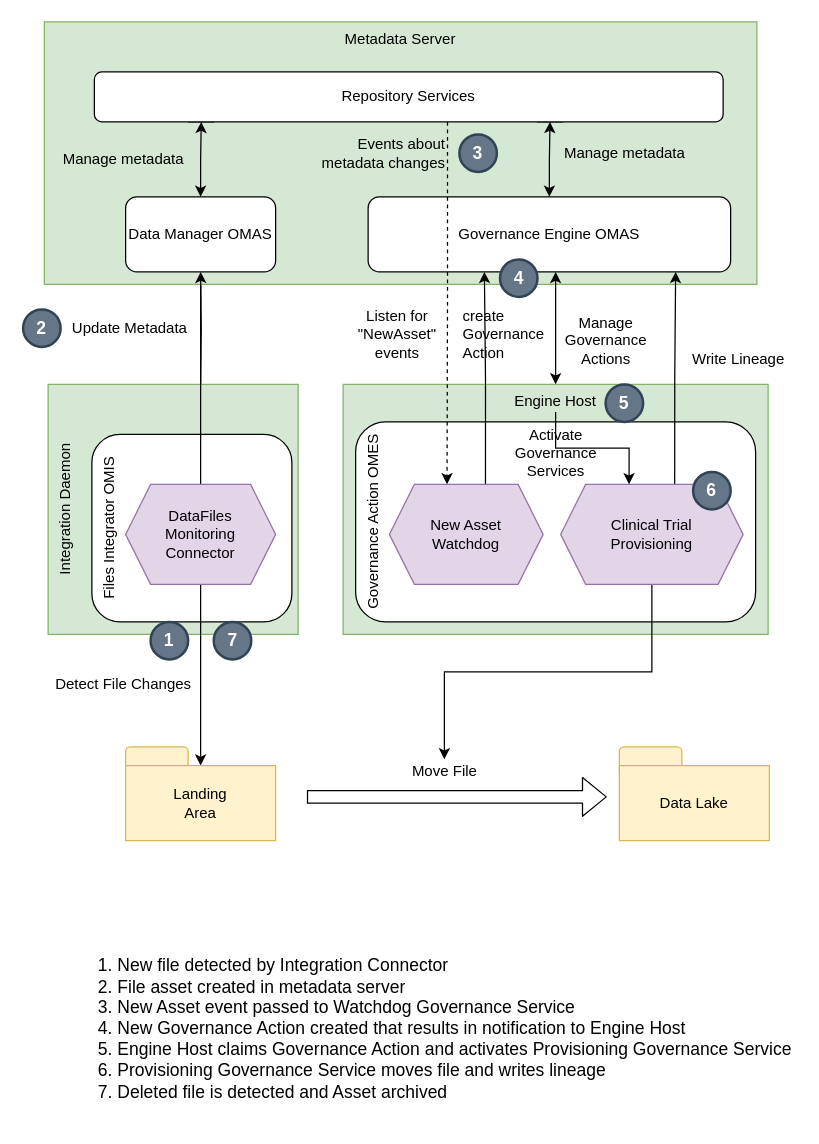
Before: page "simple-example" (7 of 7) of open-metadata-implementation/governance-servers/engine-host-services/docs/engine-host.drawio in odpi/egeria, a draw.io diagram. Source tidied: cells renumbered, new cells numbered last; positions are measured from the earlier drawing's top-left corner, leaving out a move shared by most shapes. Both pictures are drawn from the tidied source at 125%, with x=0, y=0 at pixel (22, 21).
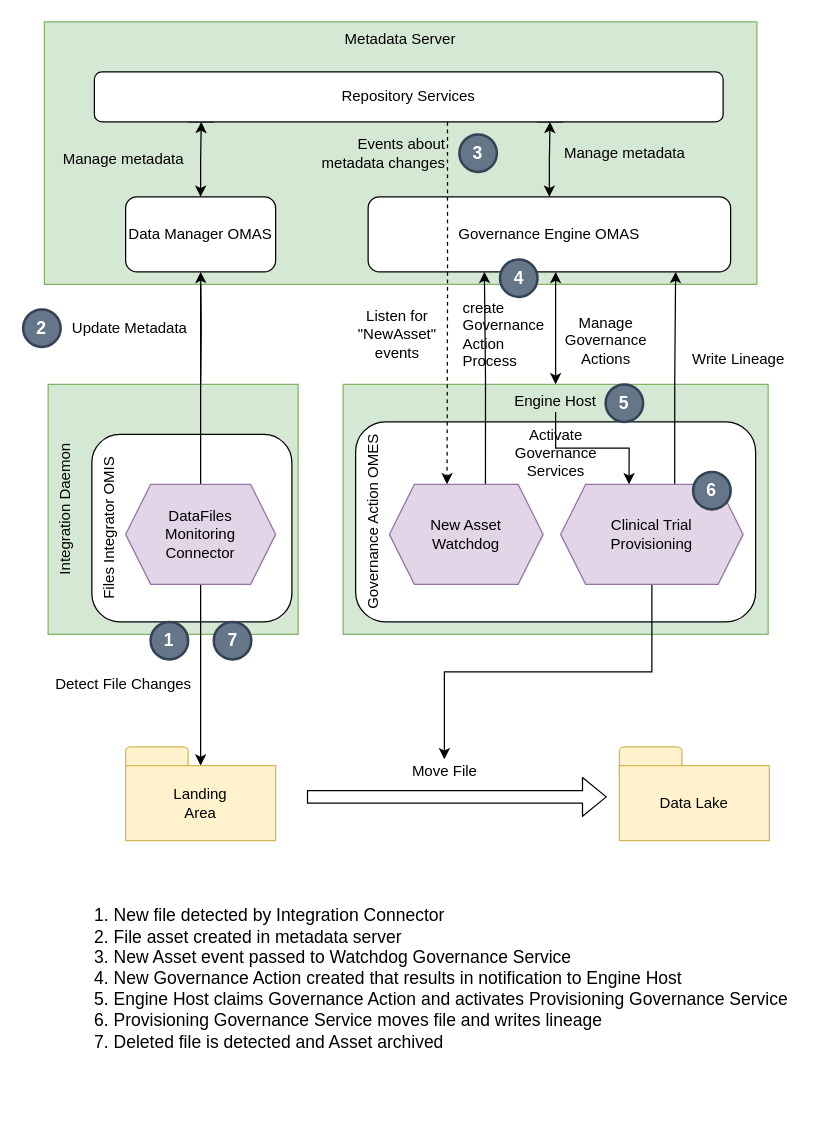
Above is the later version.

Diff of the diagram source:
```diff
@@
-    <mxCell id="31" value="create&lt;br&gt;Governance&lt;br&gt;Action" style="text;html=1;align=left;verticalAlign=middle;" parent="1" vertex="1">
-      <mxGeometry x="350" y="225" width="80" height="50" as="geometry" />
+    <mxCell id="31" value="create&lt;br&gt;Governance&lt;br&gt;Action&lt;br&gt;Process" style="text;html=1;align=left;verticalAlign=middle;" parent="1" vertex="1">
+      <mxGeometry x="350" y="220" width="80" height="60" as="geometry" />
     </mxCell>
@@
     <mxCell id="52" value="&lt;ol&gt;&lt;li style=&quot;text-align: left&quot;&gt;New file detected by Integration Connector&lt;/li&gt;&lt;li style=&quot;text-align: left&quot;&gt;File asset created in metadata server&lt;/li&gt;&lt;li style=&quot;text-align: left&quot;&gt;New Asset event passed to Watchdog Governance Service&lt;/li&gt;&lt;li style=&quot;text-align: left&quot;&gt;New Governance Action created that results in notification to Engine Host&lt;/li&gt;&lt;li style=&quot;text-align: left&quot;&gt;Engine Host claims Governance Action and activates Provisioning Governance Service&lt;/li&gt;&lt;li style=&quot;text-align: left&quot;&gt;Provisioning Governance Service moves file and writes lineage&lt;/li&gt;&lt;li style=&quot;text-align: left&quot;&gt;Deleted file is detected and Asset archived&amp;nbsp;&lt;/li&gt;&lt;/ol&gt;" style="text;html=1;align=center;verticalAlign=middle;fontSize=14;" parent="1" vertex="1">
-      <mxGeometry x="30" y="730" width="590" height="150" as="geometry" />
+      <mxGeometry x="27" y="690" width="590" height="150" as="geometry" />
     </mxCell>
```
